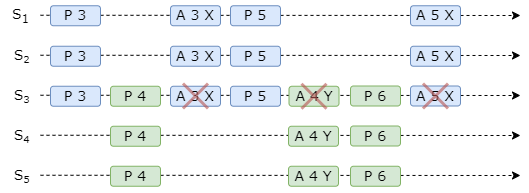
This is distributed_system/活锁问题示例.drawio.png from guxdong/imgrepo, a draw.io export, as it was before one commit. Source tidied: cells renumbered, new cells last; positions are measured from the earlier drawing's top-left corner, leaving out a move shared by most shapes. The source it was exported from:
```xml
<mxGraphModel>
  <root>
    <mxCell id="0" />
    <mxCell id="1" parent="0" />
    <mxCell id="2" value="&lt;font style=&quot;font-size: 14px;&quot; face=&quot;Verdana&quot;&gt;S&lt;/font&gt;&lt;font style=&quot;font-size: 11.6667px;&quot; face=&quot;Verdana&quot;&gt;&lt;sub&gt;4&lt;/sub&gt;&lt;/font&gt;" style="text;html=1;align=center;verticalAlign=middle;strokeColor=none;fillColor=none;" parent="1" vertex="1">
      <mxGeometry x="3" y="118" width="35" height="35" as="geometry" />
    </mxCell>
    <mxCell id="3" style="endArrow=classic;html=1;rounded=0;dashed=1;" parent="1" edge="1">
      <mxGeometry relative="1" as="geometry">
        <mxPoint x="40" y="134.8" as="sourcePoint" />
        <mxPoint x="520" y="135" as="targetPoint" />
      </mxGeometry>
    </mxCell>
    <mxCell id="4" value="&lt;font face=&quot;Verdana&quot;&gt;&lt;font style=&quot;font-size: 14px;&quot;&gt;S&lt;/font&gt;&lt;font style=&quot;font-size: 11.6667px;&quot;&gt;&lt;sub style=&quot;&quot;&gt;2&lt;/sub&gt;&lt;/font&gt;&lt;/font&gt;" style="text;html=1;align=center;verticalAlign=middle;strokeColor=none;fillColor=none;" parent="1" vertex="1">
      <mxGeometry x="3" y="38" width="35" height="35" as="geometry" />
    </mxCell>
    <mxCell id="5" style="endArrow=classic;html=1;rounded=0;dashed=1;" parent="1" edge="1">
      <mxGeometry relative="1" as="geometry">
        <mxPoint x="40" y="54.8" as="sourcePoint" />
        <mxPoint x="520" y="55" as="targetPoint" />
      </mxGeometry>
    </mxCell>
    <mxCell id="6" value="&lt;font style=&quot;font-size: 14px;&quot; face=&quot;Verdana&quot;&gt;S&lt;/font&gt;&lt;font style=&quot;font-size: 11.6667px;&quot; face=&quot;Verdana&quot;&gt;&lt;sub&gt;3&lt;/sub&gt;&lt;/font&gt;" style="text;html=1;align=center;verticalAlign=middle;strokeColor=none;fillColor=none;" parent="1" vertex="1">
      <mxGeometry x="3" y="78" width="35" height="35" as="geometry" />
    </mxCell>
    <mxCell id="7" style="endArrow=classic;html=1;rounded=0;dashed=1;" parent="1" edge="1">
      <mxGeometry relative="1" as="geometry">
        <mxPoint x="40" y="94.8" as="sourcePoint" />
        <mxPoint x="520" y="95" as="targetPoint" />
      </mxGeometry>
    </mxCell>
    <mxCell id="8" value="&lt;font style=&quot;font-size: 14px;&quot; face=&quot;Verdana&quot;&gt;S&lt;/font&gt;&lt;font style=&quot;font-size: 11.6667px;&quot; face=&quot;Verdana&quot;&gt;&lt;sub&gt;5&lt;/sub&gt;&lt;/font&gt;" style="text;html=1;align=center;verticalAlign=middle;strokeColor=none;fillColor=none;" parent="1" vertex="1">
      <mxGeometry x="3" y="158" width="35" height="35" as="geometry" />
    </mxCell>
    <mxCell id="9" style="endArrow=classic;html=1;rounded=0;dashed=1;" parent="1" edge="1">
      <mxGeometry relative="1" as="geometry">
        <mxPoint x="40" y="174.8" as="sourcePoint" />
        <mxPoint x="520" y="175" as="targetPoint" />
      </mxGeometry>
    </mxCell>
    <mxCell id="10" value="&lt;font style=&quot;font-size: 14px;&quot; face=&quot;Verdana&quot;&gt;S&lt;sub&gt;1&lt;/sub&gt;&lt;/font&gt;" style="text;html=1;align=center;verticalAlign=middle;strokeColor=none;fillColor=none;" parent="1" vertex="1">
      <mxGeometry width="40" height="30" as="geometry" />
    </mxCell>
    <mxCell id="11" style="endArrow=classic;html=1;rounded=0;dashed=1;endSize=6;startSize=6;jumpSize=6;" parent="1" edge="1">
      <mxGeometry relative="1" as="geometry">
        <mxPoint x="40" y="14.8" as="sourcePoint" />
        <mxPoint x="520" y="15" as="targetPoint" />
      </mxGeometry>
    </mxCell>
    <mxCell id="12" value="&lt;font style=&quot;font-size: 14px;&quot; face=&quot;Verdana&quot;&gt;P 3&lt;/font&gt;" style="rounded=1;whiteSpace=wrap;html=1;fillColor=#dae8fc;strokeColor=#6c8ebf;" parent="1" vertex="1">
      <mxGeometry x="50" y="85.8" width="50" height="20" as="geometry" />
    </mxCell>
    <mxCell id="13" value="&lt;font style=&quot;font-size: 14px;&quot; face=&quot;Verdana&quot;&gt;P 3&lt;/font&gt;" style="rounded=1;whiteSpace=wrap;html=1;fillColor=#dae8fc;strokeColor=#6c8ebf;" parent="1" vertex="1">
      <mxGeometry x="50" y="45.8" width="50" height="20" as="geometry" />
    </mxCell>
    <mxCell id="14" value="&lt;font style=&quot;font-size: 14px;&quot; face=&quot;Verdana&quot;&gt;P 3&lt;/font&gt;" style="rounded=1;whiteSpace=wrap;html=1;fillColor=#dae8fc;strokeColor=#6c8ebf;" parent="1" vertex="1">
      <mxGeometry x="50" y="5.2" width="50" height="20" as="geometry" />
    </mxCell>
    <mxCell id="15" value="&lt;font style=&quot;font-size: 14px;&quot; face=&quot;Verdana&quot;&gt;P 4&lt;/font&gt;" style="rounded=1;whiteSpace=wrap;html=1;fillColor=#d5e8d4;strokeColor=#82b366;" parent="1" vertex="1">
      <mxGeometry x="110" y="165.8" width="50" height="20" as="geometry" />
    </mxCell>
    <mxCell id="16" value="&lt;font style=&quot;font-size: 14px;&quot; face=&quot;Verdana&quot;&gt;P 4&lt;/font&gt;" style="rounded=1;whiteSpace=wrap;html=1;fillColor=#d5e8d4;strokeColor=#82b366;" parent="1" vertex="1">
      <mxGeometry x="110" y="125.8" width="50" height="20" as="geometry" />
    </mxCell>
    <mxCell id="17" value="&lt;font style=&quot;font-size: 14px;&quot; face=&quot;Verdana&quot;&gt;P 4&lt;/font&gt;" style="rounded=1;whiteSpace=wrap;html=1;fillColor=#d5e8d4;strokeColor=#82b366;" parent="1" vertex="1">
      <mxGeometry x="110" y="85.8" width="50" height="20" as="geometry" />
    </mxCell>
    <mxCell id="18" value="&lt;font style=&quot;font-size: 14px;&quot; face=&quot;Verdana&quot;&gt;A 3 X&lt;/font&gt;" style="rounded=1;whiteSpace=wrap;html=1;fillColor=#dae8fc;strokeColor=#6c8ebf;" parent="1" vertex="1">
      <mxGeometry x="170" y="5.2" width="50" height="20" as="geometry" />
    </mxCell>
    <mxCell id="19" value="&lt;font style=&quot;font-size: 14px;&quot; face=&quot;Verdana&quot;&gt;A 3 X&lt;/font&gt;" style="rounded=1;whiteSpace=wrap;html=1;fillColor=#dae8fc;strokeColor=#6c8ebf;" parent="1" vertex="1">
      <mxGeometry x="170" y="45.8" width="50" height="20" as="geometry" />
    </mxCell>
    <mxCell id="20" value="&lt;font style=&quot;font-size: 14px;&quot; face=&quot;Verdana&quot;&gt;A 3 X&lt;/font&gt;" style="rounded=1;whiteSpace=wrap;html=1;fillColor=#dae8fc;strokeColor=#6c8ebf;" parent="1" vertex="1">
      <mxGeometry x="170" y="85.8" width="50" height="20" as="geometry" />
    </mxCell>
    <mxCell id="21" value="&lt;font style=&quot;font-size: 14px;&quot; face=&quot;Verdana&quot;&gt;P 5&lt;/font&gt;" style="rounded=1;whiteSpace=wrap;html=1;fillColor=#dae8fc;strokeColor=#6c8ebf;" parent="1" vertex="1">
      <mxGeometry x="230" y="5.2" width="50" height="20" as="geometry" />
    </mxCell>
    <mxCell id="22" value="&lt;font style=&quot;font-size: 14px;&quot; face=&quot;Verdana&quot;&gt;P 5&lt;/font&gt;" style="rounded=1;whiteSpace=wrap;html=1;fillColor=#dae8fc;strokeColor=#6c8ebf;" parent="1" vertex="1">
      <mxGeometry x="230" y="45.8" width="50" height="20" as="geometry" />
    </mxCell>
    <mxCell id="23" value="&lt;font style=&quot;font-size: 14px;&quot; face=&quot;Verdana&quot;&gt;P 5&lt;/font&gt;" style="rounded=1;whiteSpace=wrap;html=1;fillColor=#dae8fc;strokeColor=#6c8ebf;" parent="1" vertex="1">
      <mxGeometry x="230" y="85.8" width="50" height="20" as="geometry" />
    </mxCell>
    <mxCell id="24" value="&lt;font style=&quot;font-size: 14px;&quot; face=&quot;Verdana&quot;&gt;A 4 Y&lt;/font&gt;" style="rounded=1;whiteSpace=wrap;html=1;fillColor=#d5e8d4;strokeColor=#82b366;" parent="1" vertex="1">
      <mxGeometry x="288" y="165.8" width="50" height="20" as="geometry" />
    </mxCell>
    <mxCell id="25" value="&lt;font style=&quot;font-size: 14px;&quot; face=&quot;Verdana&quot;&gt;A 4 Y&lt;/font&gt;" style="rounded=1;whiteSpace=wrap;html=1;fillColor=#d5e8d4;strokeColor=#82b366;" parent="1" vertex="1">
      <mxGeometry x="288" y="125.8" width="50" height="20" as="geometry" />
    </mxCell>
    <mxCell id="26" value="&lt;font style=&quot;font-size: 14px;&quot; face=&quot;Verdana&quot;&gt;A 4 Y&lt;/font&gt;" style="rounded=1;whiteSpace=wrap;html=1;fillColor=#d5e8d4;strokeColor=#82b366;" parent="1" vertex="1">
      <mxGeometry x="288.5" y="85.8" width="50" height="20" as="geometry" />
    </mxCell>
    <mxCell id="27" style="shape=umlDestroy;whiteSpace=wrap;html=1;strokeWidth=3;targetShapes=umlLifeline;fillColor=#f8cecc;strokeColor=#b85450;opacity=60;" parent="1" vertex="1">
      <mxGeometry x="182.5" y="83" width="25" height="25" as="geometry" />
    </mxCell>
    <mxCell id="28" value="&lt;font style=&quot;font-size: 14px;&quot; face=&quot;Verdana&quot;&gt;P 6&lt;/font&gt;" style="rounded=1;whiteSpace=wrap;html=1;fillColor=#d5e8d4;strokeColor=#82b366;" parent="1" vertex="1">
      <mxGeometry x="350" y="165.8" width="50" height="20" as="geometry" />
    </mxCell>
    <mxCell id="29" value="&lt;font style=&quot;font-size: 14px;&quot; face=&quot;Verdana&quot;&gt;P 6&lt;/font&gt;" style="rounded=1;whiteSpace=wrap;html=1;fillColor=#d5e8d4;strokeColor=#82b366;" parent="1" vertex="1">
      <mxGeometry x="350" y="125.5" width="50" height="20" as="geometry" />
    </mxCell>
    <mxCell id="30" value="&lt;font style=&quot;font-size: 14px;&quot; face=&quot;Verdana&quot;&gt;P 6&lt;/font&gt;" style="rounded=1;whiteSpace=wrap;html=1;fillColor=#d5e8d4;strokeColor=#82b366;" parent="1" vertex="1">
      <mxGeometry x="350" y="85.5" width="50" height="20" as="geometry" />
    </mxCell>
    <mxCell id="31" value="&lt;font style=&quot;font-size: 14px;&quot; face=&quot;Verdana&quot;&gt;A 5 X&lt;/font&gt;" style="rounded=1;whiteSpace=wrap;html=1;fillColor=#dae8fc;strokeColor=#6c8ebf;" parent="1" vertex="1">
      <mxGeometry x="410" y="5.2" width="50" height="20" as="geometry" />
    </mxCell>
    <mxCell id="32" value="&lt;font style=&quot;font-size: 14px;&quot; face=&quot;Verdana&quot;&gt;A 5 X&lt;/font&gt;" style="rounded=1;whiteSpace=wrap;html=1;fillColor=#dae8fc;strokeColor=#6c8ebf;" parent="1" vertex="1">
      <mxGeometry x="410" y="45.8" width="50" height="20" as="geometry" />
    </mxCell>
    <mxCell id="33" value="&lt;font style=&quot;font-size: 14px;&quot; face=&quot;Verdana&quot;&gt;A 5 X&lt;/font&gt;" style="rounded=1;whiteSpace=wrap;html=1;fillColor=#dae8fc;strokeColor=#6c8ebf;" parent="1" vertex="1">
      <mxGeometry x="410" y="85.5" width="50" height="20" as="geometry" />
    </mxCell>
    <mxCell id="34" style="shape=umlDestroy;whiteSpace=wrap;html=1;strokeWidth=3;targetShapes=umlLifeline;fillColor=#f8cecc;strokeColor=#b85450;opacity=60;" parent="1" vertex="1">
      <mxGeometry x="301" y="83.2" width="25" height="25" as="geometry" />
    </mxCell>
    <mxCell id="35" style="shape=umlDestroy;whiteSpace=wrap;html=1;strokeWidth=3;targetShapes=umlLifeline;fillColor=#f8cecc;strokeColor=#b85450;opacity=60;" parent="1" vertex="1">
      <mxGeometry x="422.5" y="83" width="25" height="25" as="geometry" />
    </mxCell>
  </root>
</mxGraphModel>
```
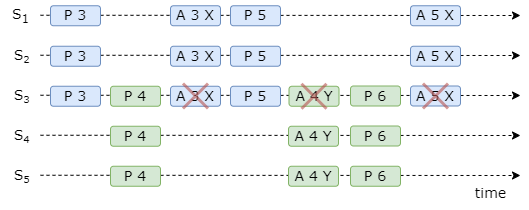
Later version of the same file.

Commit message:
更新活锁问题示例.drawio.png

Change to the diagram source:
```diff
@@ -119,5 +119,8 @@
     <mxCell id="35" style="shape=umlDestroy;whiteSpace=wrap;html=1;strokeWidth=3;targetShapes=umlLifeline;fillColor=#f8cecc;strokeColor=#b85450;opacity=60;" parent="1" vertex="1">
       <mxGeometry x="422.5" y="83" width="25" height="25" as="geometry" />
     </mxCell>
+    <mxCell id="36" value="&lt;font face=&quot;Verdana&quot; style=&quot;font-size: 14px;&quot;&gt;time&lt;/font&gt;" style="text;html=1;align=center;verticalAlign=middle;strokeColor=none;fillColor=none;" parent="1" vertex="1">
+      <mxGeometry x="465" y="175" width="50" height="35" as="geometry" />
+    </mxCell>
   </root>
 </mxGraphModel>
```
